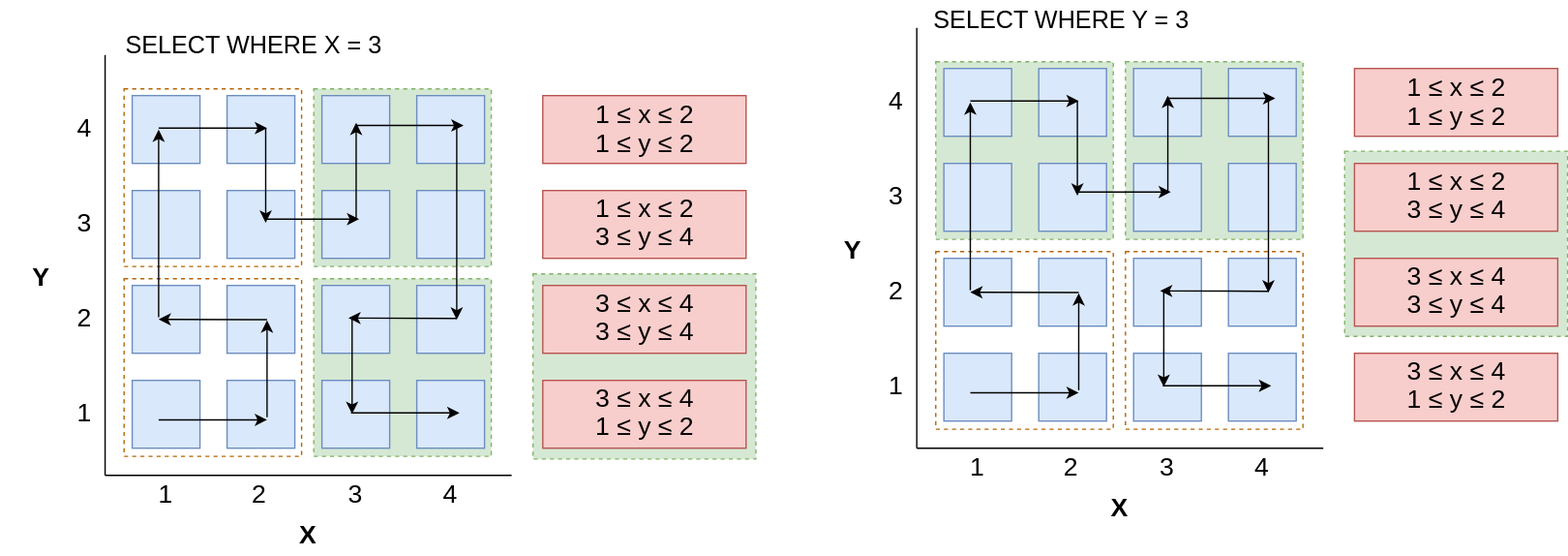
Above: assets/posts/spatial-index/hilbert-curve-example.svg in addu390/addu390.github.io (draw.io), before the change. Source tidied: cells renumbered, new cells last; positions are measured from the earlier drawing's top-left corner, leaving out a move shared by most shapes.
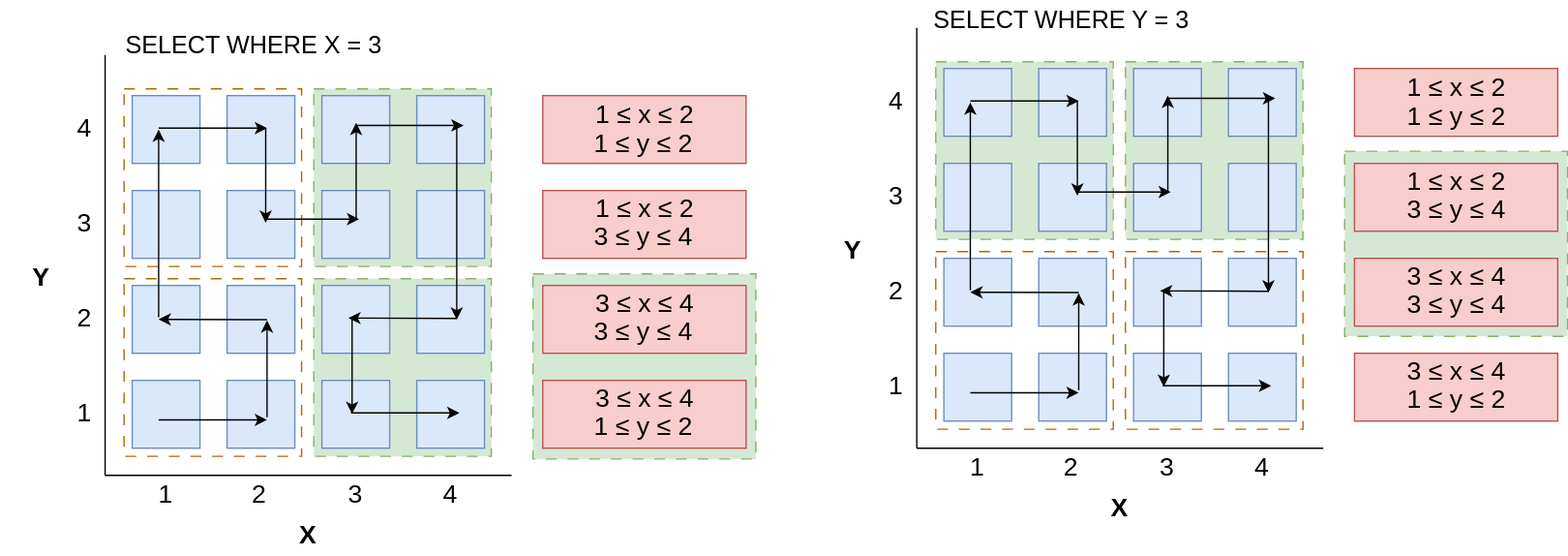
Above is the later version.

What changed in the source:
```diff
@@ -2,22 +2,22 @@
   <root>
     <mxCell id="0" />
     <mxCell id="1" parent="0" />
-    <mxCell id="2" style="rounded=0;whiteSpace=wrap;html=1;fillColor=#d5e8d4;strokeColor=#82b366;dashed=1;" parent="1" vertex="1">
+    <mxCell id="2" style="rounded=0;whiteSpace=wrap;html=1;fillColor=#d5e8d4;strokeColor=#82b366;dashed=1;dashPattern=8 8;" parent="1" vertex="1">
       <mxGeometry x="991.8" y="111" width="164.5" height="136.5" as="geometry" />
     </mxCell>
-    <mxCell id="3" style="rounded=0;whiteSpace=wrap;html=1;fillColor=#d5e8d4;strokeColor=#82b366;dashed=1;" parent="1" vertex="1">
+    <mxCell id="3" style="rounded=0;whiteSpace=wrap;html=1;fillColor=#d5e8d4;strokeColor=#82b366;dashed=1;dashPattern=8 8;" parent="1" vertex="1">
       <mxGeometry x="392.8" y="201.5" width="164.5" height="136.5" as="geometry" />
     </mxCell>
-    <mxCell id="4" style="rounded=0;whiteSpace=wrap;html=1;fillColor=#d5e8d4;strokeColor=#82b366;dashed=1;" parent="1" vertex="1">
+    <mxCell id="4" style="rounded=0;whiteSpace=wrap;html=1;fillColor=#d5e8d4;strokeColor=#82b366;dashed=1;dashPattern=8 8;" parent="1" vertex="1">
       <mxGeometry x="231" y="205" width="131" height="131" as="geometry" />
     </mxCell>
-    <mxCell id="5" style="rounded=0;whiteSpace=wrap;html=1;fillColor=none;strokeColor=#b46504;dashed=1;" parent="1" vertex="1">
+    <mxCell id="5" style="rounded=0;whiteSpace=wrap;html=1;fillColor=none;strokeColor=#b46504;dashed=1;dashPattern=8 8;" parent="1" vertex="1">
       <mxGeometry x="91" y="205" width="131" height="131" as="geometry" />
     </mxCell>
-    <mxCell id="6" style="rounded=0;whiteSpace=wrap;html=1;fillColor=#d5e8d4;strokeColor=#82b366;dashed=1;" parent="1" vertex="1">
+    <mxCell id="6" style="rounded=0;whiteSpace=wrap;html=1;fillColor=#d5e8d4;strokeColor=#82b366;dashed=1;dashPattern=8 8;" parent="1" vertex="1">
       <mxGeometry x="231" y="65" width="131" height="131" as="geometry" />
     </mxCell>
-    <mxCell id="7" style="rounded=0;whiteSpace=wrap;html=1;fillColor=none;strokeColor=#b46504;dashed=1;" parent="1" vertex="1">
+    <mxCell id="7" style="rounded=0;whiteSpace=wrap;html=1;fillColor=none;strokeColor=#b46504;dashed=1;dashPattern=8 8;" parent="1" vertex="1">
       <mxGeometry x="91" y="65" width="131" height="131" as="geometry" />
     </mxCell>
     <mxCell id="8" style="rounded=0;whiteSpace=wrap;html=1;fillColor=#dae8fc;strokeColor=#6c8ebf;" parent="1" vertex="1">
@@ -224,16 +224,16 @@
         <mxPoint x="338.5" y="304" as="targetPoint" />
       </mxGeometry>
     </mxCell>
-    <mxCell id="61" style="rounded=0;whiteSpace=wrap;html=1;fillColor=none;strokeColor=#b46504;dashed=1;" parent="1" vertex="1">
+    <mxCell id="61" style="rounded=0;whiteSpace=wrap;html=1;fillColor=none;strokeColor=#b46504;dashed=1;dashPattern=8 8;" parent="1" vertex="1">
       <mxGeometry x="830" y="185" width="131" height="131" as="geometry" />
     </mxCell>
-    <mxCell id="62" style="rounded=0;whiteSpace=wrap;html=1;fillColor=none;strokeColor=#b46504;dashed=1;" parent="1" vertex="1">
+    <mxCell id="62" style="rounded=0;whiteSpace=wrap;html=1;fillColor=none;strokeColor=#b46504;dashed=1;dashPattern=8 8;" parent="1" vertex="1">
       <mxGeometry x="690" y="185" width="131" height="131" as="geometry" />
     </mxCell>
-    <mxCell id="63" style="rounded=0;whiteSpace=wrap;html=1;fillColor=#d5e8d4;strokeColor=#82b366;dashed=1;" parent="1" vertex="1">
+    <mxCell id="63" style="rounded=0;whiteSpace=wrap;html=1;fillColor=#d5e8d4;strokeColor=#82b366;dashed=1;dashPattern=8 8;" parent="1" vertex="1">
       <mxGeometry x="830" y="45" width="131" height="131" as="geometry" />
     </mxCell>
-    <mxCell id="64" style="rounded=0;whiteSpace=wrap;html=1;fillColor=#d5e8d4;strokeColor=#82b366;dashed=1;" parent="1" vertex="1">
+    <mxCell id="64" style="rounded=0;whiteSpace=wrap;html=1;fillColor=#d5e8d4;strokeColor=#82b366;dashed=1;dashPattern=8 8;" parent="1" vertex="1">
       <mxGeometry x="690" y="45" width="131" height="131" as="geometry" />
     </mxCell>
     <mxCell id="65" style="rounded=0;whiteSpace=wrap;html=1;fillColor=#dae8fc;strokeColor=#6c8ebf;" parent="1" vertex="1">
```
